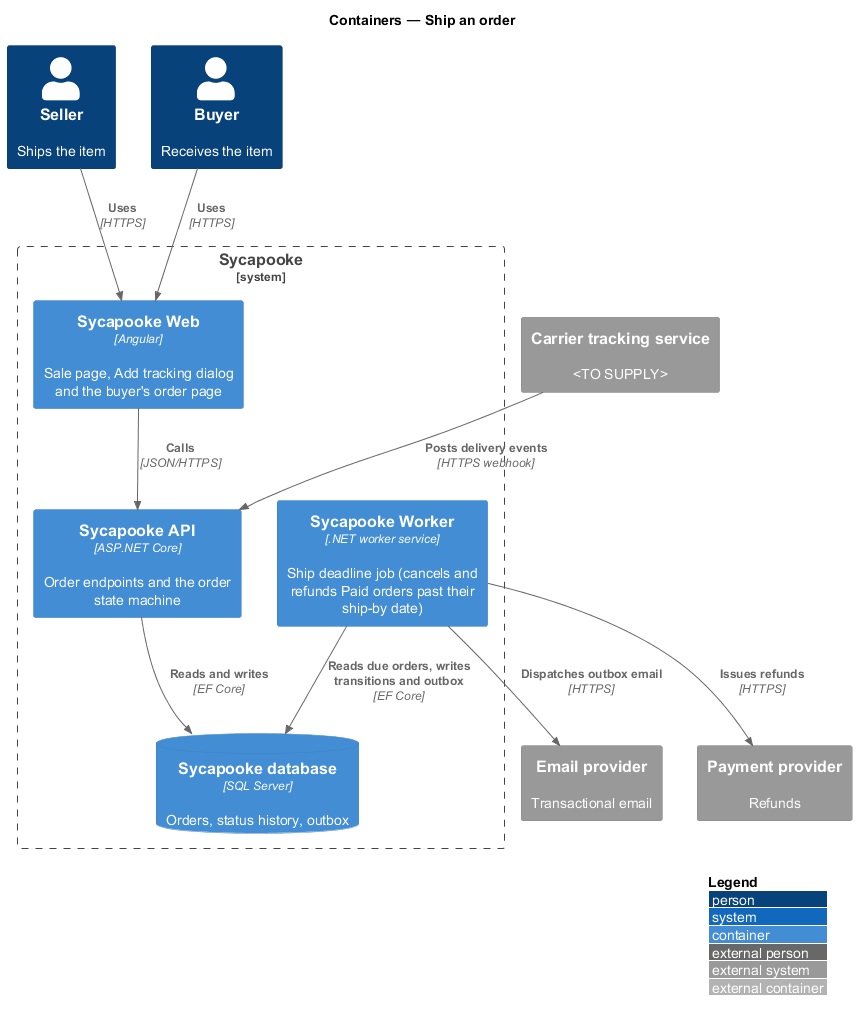
This is docs/detailed-designs/orders/ship-order/diagrams/c4-container.png from QuinntyneBrown/sycapooke, a PlantUML export, as it was before one commit.
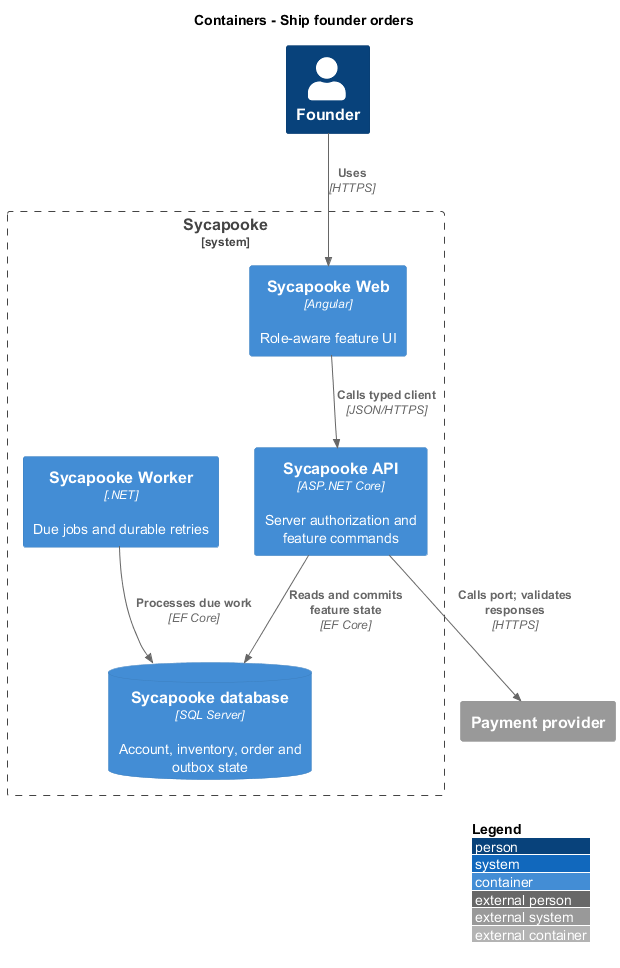
The same diagram one commit later.

Change to the diagram source:
```diff
@@ -1,26 +1,18 @@
 @startuml
 !include <C4/C4_Container>
 LAYOUT_WITH_LEGEND()
-title Containers — Ship an order
-
-Person(seller, "Seller", "Ships the item")
-Person(buyer, "Buyer", "Receives the item")
-System_Boundary(sycapooke, "Sycapooke") {
-  Container(web, "Sycapooke Web", "Angular", "Sale page, Add tracking dialog and the buyer's order page")
-  Container(api, "Sycapooke API", "ASP.NET Core", "Order endpoints and the order state machine")
-  Container(worker, "Sycapooke Worker", ".NET worker service", "Ship deadline job (cancels and refunds Paid orders past their ship-by date)")
-  ContainerDb(db, "Sycapooke database", "SQL Server", "Orders, status history, outbox")
+title Containers - Ship founder orders
+Person(user, "Founder")
+System_Boundary(shop, "Sycapooke") {
+  Container(web, "Sycapooke Web", "Angular", "Role-aware feature UI")
+  Container(api, "Sycapooke API", "ASP.NET Core", "Server authorization and feature commands")
+  Container(worker, "Sycapooke Worker", ".NET", "Due jobs and durable retries")
+  ContainerDb(db, "Sycapooke database", "SQL Server", "Account, inventory, order and outbox state")
 }
-System_Ext(email, "Email provider", "Transactional email")
-System_Ext(carrier, "Carrier tracking service", "<TO SUPPLY>")
-System_Ext(pay, "Payment provider", "Refunds")
-
-Rel(seller, web, "Uses", "HTTPS")
-Rel(buyer, web, "Uses", "HTTPS")
-Rel(web, api, "Calls", "JSON/HTTPS")
-Rel(api, db, "Reads and writes", "EF Core")
-Rel(worker, db, "Reads due orders, writes transitions and outbox", "EF Core")
-Rel(worker, email, "Dispatches outbox email", "HTTPS")
-Rel(worker, pay, "Issues refunds", "HTTPS")
-Rel(carrier, api, "Posts delivery events", "HTTPS webhook")
+Rel(user, web, "Uses", "HTTPS")
+Rel(web, api, "Calls typed client", "JSON/HTTPS")
+Rel(api, db, "Reads and commits feature state", "EF Core")
+Rel(worker, db, "Processes due work", "EF Core")
+System_Ext(provider, "Payment provider")
+Rel(api, provider, "Calls port; validates responses", "HTTPS")
 @enduml
```
